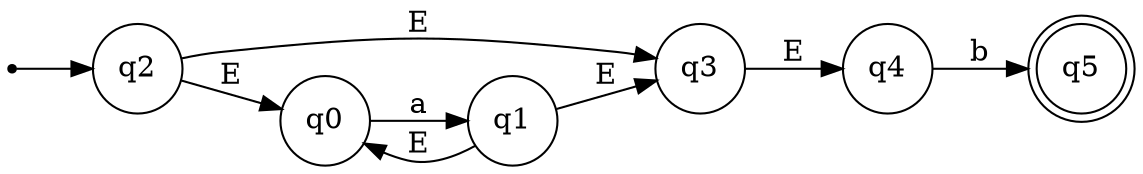
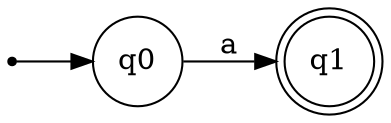
digraph G {
    rankdir=LR;
    node [fixedsize=true, width=0.6, height=0.6];
    inic [shape= point, height=0.05, label=""];
-     inic -> q2;
-     q2 [shape=circle];
-     q2 -> q3 [label="E"];
-     q3 [shape=circle];
-     q3 -> q4 [label="E"];
-     q4 [shape=circle];
-     q4 -> q5 [label="b"];
-     q5 [shape=doublecircle];
-     q2 -> q0 [label="E"];
+     inic -> q0;
    q0 [shape=circle];
    q0 -> q1 [label="a"];
-     q1 [shape=circle];
-     q1 -> q3 [label="E"];
-     q1 -> q0 [label="E"];
+     q1 [shape=doublecircle];
}
